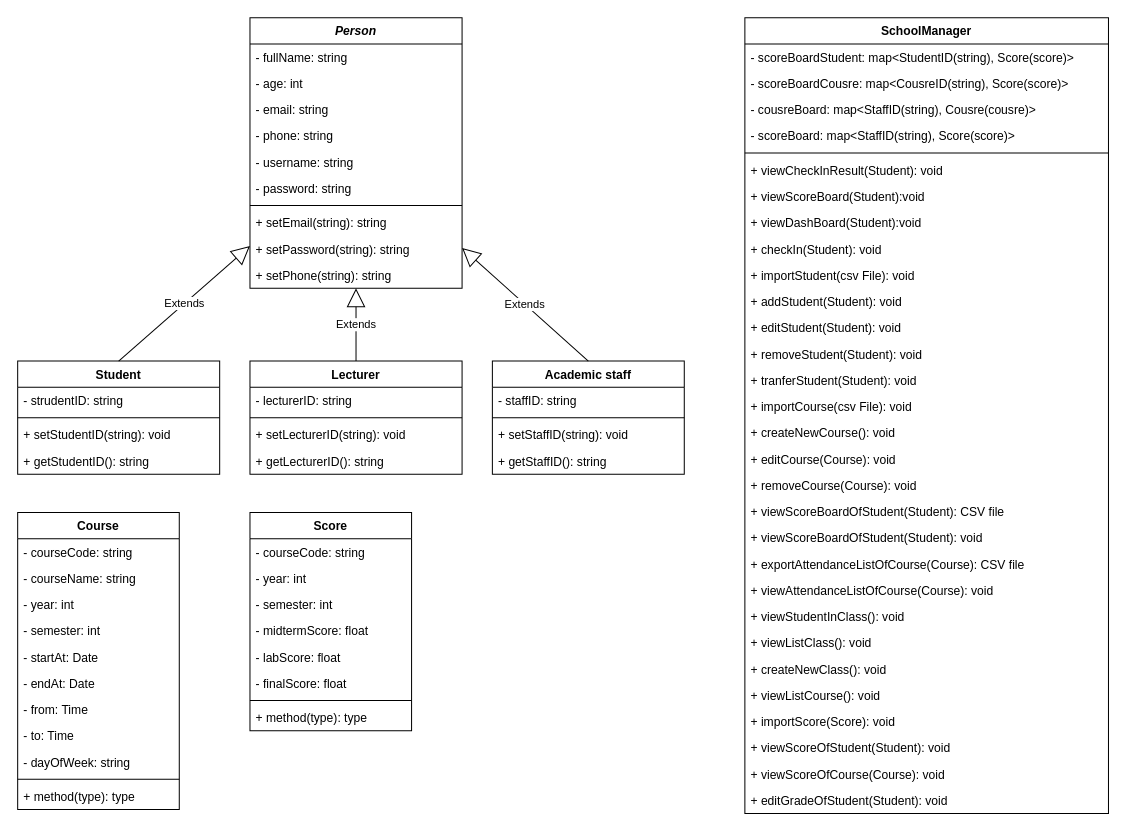
The draw.io diagram Design/Design.drawio in TrungNgoVan/Project_SMSystem, before the edit. Source tidied: cells renumbered, new cells numbered last; positions are measured from the earlier drawing's top-left corner, leaving out a move shared by most shapes. Both pictures are drawn from the tidied source at 101%, with x=0, y=0 at pixel (17, 17).
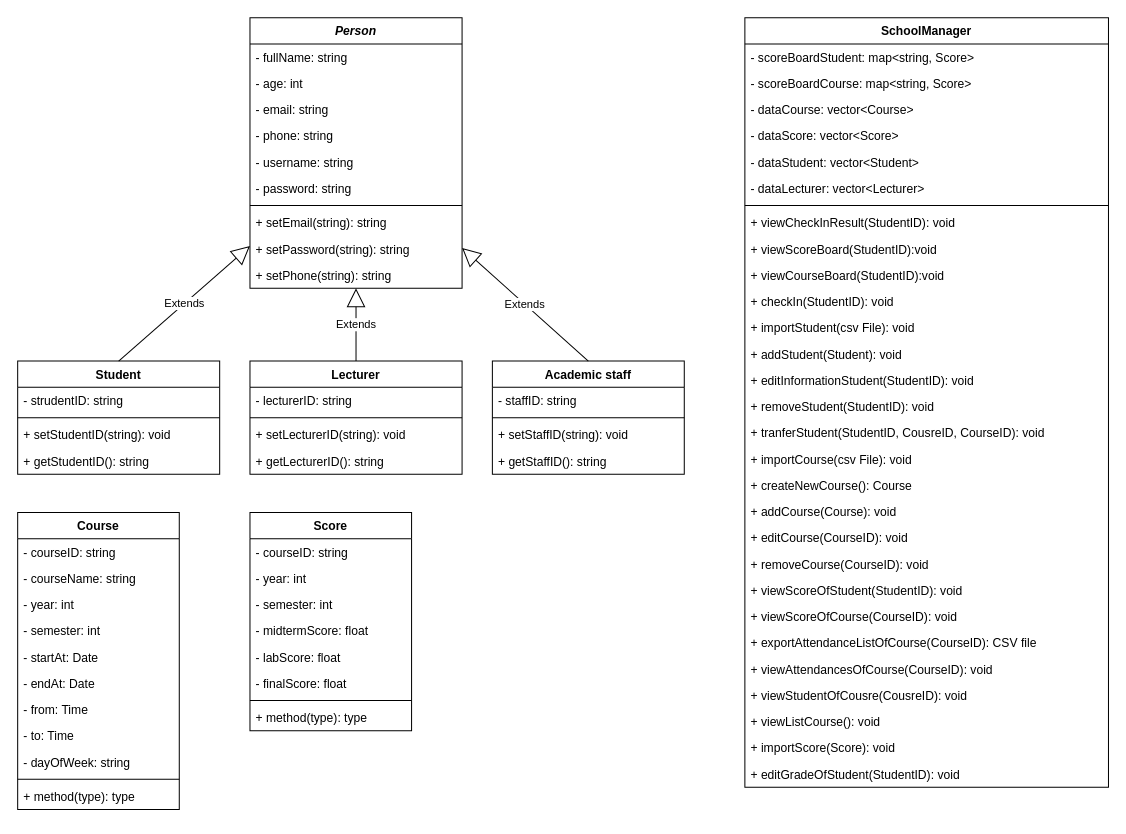
Above is the later version.

Unchanged cells that the change refers to:
```xml
<mxCell id="31" value="Score" style="swimlane;fontStyle=1;align=center;verticalAlign=top;horizontal=1;startSize=26;" parent="1" vertex="1">
  <mxGeometry x="230" y="490" width="160" height="216" as="geometry" />
</mxCell>
<mxCell id="40" value="Course" style="swimlane;fontStyle=1;align=center;verticalAlign=top;horizontal=1;startSize=26;" parent="1" vertex="1">
  <mxGeometry y="490" width="160" height="294" as="geometry" />
</mxCell>
```

Diff of the diagram source:
```diff
@@
-    <mxCell id="32" value="- courseCode: string" style="text;strokeColor=none;fillColor=none;align=left;verticalAlign=top;spacingLeft=4;spacingRight=4;overflow=hidden;" parent="31" vertex="1">
+    <mxCell id="32" value="- courseID: string" style="text;strokeColor=none;fillColor=none;align=left;verticalAlign=top;spacingLeft=4;spacingRight=4;overflow=hidden;" parent="31" vertex="1">
       <mxGeometry y="26" width="160" height="26" as="geometry" />
     </mxCell>
@@
-    <mxCell id="41" value="- courseCode: string" style="text;strokeColor=none;fillColor=none;align=left;verticalAlign=top;spacingLeft=4;spacingRight=4;overflow=hidden;" parent="40" vertex="1">
+    <mxCell id="41" value="- courseID: string" style="text;strokeColor=none;fillColor=none;align=left;verticalAlign=top;spacingLeft=4;spacingRight=4;overflow=hidden;" parent="40" vertex="1">
       <mxGeometry y="26" width="160" height="26" as="geometry" />
     </mxCell>
@@
     <mxCell id="52" value="SchoolManager" style="swimlane;fontStyle=1;align=center;verticalAlign=top;horizontal=1;startSize=26;" parent="1" vertex="1">
-      <mxGeometry x="720" width="360" height="788" as="geometry" />
+      <mxGeometry x="720" width="360" height="762" as="geometry" />
     </mxCell>
-    <mxCell id="53" value="- scoreBoardStudent: map&lt;StudentID(string), Score(score)&gt;" style="text;strokeColor=none;fillColor=none;align=left;verticalAlign=top;spacingLeft=4;spacingRight=4;overflow=hidden;" parent="52" vertex="1">
+    <mxCell id="53" value="- scoreBoardStudent: map&lt;string, Score&gt;" style="text;strokeColor=none;fillColor=none;align=left;verticalAlign=top;spacingLeft=4;spacingRight=4;overflow=hidden;" parent="52" vertex="1">
       <mxGeometry y="26" width="360" height="26" as="geometry" />
     </mxCell>
-    <mxCell id="54" value="- scoreBoardCousre: map&lt;CousreID(string), Score(score)&gt;" style="text;strokeColor=none;fillColor=none;align=left;verticalAlign=top;spacingLeft=4;spacingRight=4;overflow=hidden;" parent="52" vertex="1">
+    <mxCell id="54" value="- scoreBoardCourse: map&lt;string, Score&gt;" style="text;strokeColor=none;fillColor=none;align=left;verticalAlign=top;spacingLeft=4;spacingRight=4;overflow=hidden;" parent="52" vertex="1">
       <mxGeometry y="52" width="360" height="26" as="geometry" />
     </mxCell>
-    <mxCell id="55" value="- cousreBoard: map&lt;StaffID(string), Cousre(cousre)&gt;" style="text;strokeColor=none;fillColor=none;align=left;verticalAlign=top;spacingLeft=4;spacingRight=4;overflow=hidden;" parent="52" vertex="1">
+    <mxCell id="55" value="- dataCourse: vector&lt;Course&gt;" style="text;strokeColor=none;fillColor=none;align=left;verticalAlign=top;spacingLeft=4;spacingRight=4;overflow=hidden;" parent="52" vertex="1">
       <mxGeometry y="78" width="360" height="26" as="geometry" />
     </mxCell>
-    <mxCell id="56" value="- scoreBoard: map&lt;StaffID(string), Score(score)&gt;" style="text;strokeColor=none;fillColor=none;align=left;verticalAlign=top;spacingLeft=4;spacingRight=4;overflow=hidden;" parent="52" vertex="1">
-      <mxGeometry y="104" width="360" height="26" as="geometry" />
-    </mxCell>
+    <mxCell id="83" value="- dataScore: vector&lt;Score&gt;" style="text;strokeColor=none;fillColor=none;align=left;verticalAlign=top;spacingLeft=4;spacingRight=4;overflow=hidden;" parent="52" vertex="1">
+      <mxGeometry y="104" width="360" height="26" as="geometry" />
+    </mxCell>
+    <mxCell id="84" value="- dataStudent: vector&lt;Student&gt;" style="text;strokeColor=none;fillColor=none;align=left;verticalAlign=top;spacingLeft=4;spacingRight=4;overflow=hidden;" parent="52" vertex="1">
+      <mxGeometry y="130" width="360" height="26" as="geometry" />
+    </mxCell>
+    <mxCell id="85" value="- dataLecturer: vector&lt;Lecturer&gt;" style="text;strokeColor=none;fillColor=none;align=left;verticalAlign=top;spacingLeft=4;spacingRight=4;overflow=hidden;" parent="52" vertex="1">
+      <mxGeometry y="156" width="360" height="26" as="geometry" />
+    </mxCell>
     <mxCell id="57" style="line;strokeWidth=1;fillColor=none;align=left;verticalAlign=middle;spacingTop=-1;spacingLeft=3;spacingRight=3;labelPosition=right;strokeColor=inherit;" parent="52" vertex="1">
-      <mxGeometry y="130" width="360" height="8" as="geometry" />
+      <mxGeometry y="182" width="360" height="8" as="geometry" />
     </mxCell>
-    <mxCell id="58" value="+ viewCheckInResult(Student): void" style="text;strokeColor=none;fillColor=none;align=left;verticalAlign=top;spacingLeft=4;spacingRight=4;overflow=hidden;" parent="52" vertex="1">
-      <mxGeometry y="138" width="360" height="26" as="geometry" />
+    <mxCell id="58" value="+ viewCheckInResult(StudentID): void" style="text;strokeColor=none;fillColor=none;align=left;verticalAlign=top;spacingLeft=4;spacingRight=4;overflow=hidden;" parent="52" vertex="1">
+      <mxGeometry y="190" width="360" height="26" as="geometry" />
     </mxCell>
-    <mxCell id="59" value="+ viewScoreBoard(Student):void" style="text;strokeColor=none;fillColor=none;align=left;verticalAlign=top;spacingLeft=4;spacingRight=4;overflow=hidden;" parent="52" vertex="1">
-      <mxGeometry y="164" width="360" height="26" as="geometry" />
+    <mxCell id="59" value="+ viewScoreBoard(StudentID):void" style="text;strokeColor=none;fillColor=none;align=left;verticalAlign=top;spacingLeft=4;spacingRight=4;overflow=hidden;" parent="52" vertex="1">
+      <mxGeometry y="216" width="360" height="26" as="geometry" />
     </mxCell>
-    <mxCell id="60" value="+ viewDashBoard(Student):void" style="text;strokeColor=none;fillColor=none;align=left;verticalAlign=top;spacingLeft=4;spacingRight=4;overflow=hidden;" parent="52" vertex="1">
-      <mxGeometry y="190" width="360" height="26" as="geometry" />
+    <mxCell id="60" value="+ viewCourseBoard(StudentID):void" style="text;strokeColor=none;fillColor=none;align=left;verticalAlign=top;spacingLeft=4;spacingRight=4;overflow=hidden;" parent="52" vertex="1">
+      <mxGeometry y="242" width="360" height="26" as="geometry" />
     </mxCell>
-    <mxCell id="61" value="+ checkIn(Student): void" style="text;strokeColor=none;fillColor=none;align=left;verticalAlign=top;spacingLeft=4;spacingRight=4;overflow=hidden;" parent="52" vertex="1">
-      <mxGeometry y="216" width="360" height="26" as="geometry" />
+    <mxCell id="61" value="+ checkIn(StudentID): void" style="text;strokeColor=none;fillColor=none;align=left;verticalAlign=top;spacingLeft=4;spacingRight=4;overflow=hidden;" parent="52" vertex="1">
+      <mxGeometry y="268" width="360" height="26" as="geometry" />
     </mxCell>
     <mxCell id="62" value="+ importStudent(csv File): void&#10;" style="text;strokeColor=none;fillColor=none;align=left;verticalAlign=top;spacingLeft=4;spacingRight=4;overflow=hidden;" parent="52" vertex="1">
-      <mxGeometry y="242" width="360" height="26" as="geometry" />
+      <mxGeometry y="294" width="360" height="26" as="geometry" />
     </mxCell>
     <mxCell id="63" value="+ addStudent(Student): void" style="text;strokeColor=none;fillColor=none;align=left;verticalAlign=top;spacingLeft=4;spacingRight=4;overflow=hidden;" parent="52" vertex="1">
-      <mxGeometry y="268" width="360" height="26" as="geometry" />
+      <mxGeometry y="320" width="360" height="26" as="geometry" />
     </mxCell>
-    <mxCell id="64" value="+ editStudent(Student): void" style="text;strokeColor=none;fillColor=none;align=left;verticalAlign=top;spacingLeft=4;spacingRight=4;overflow=hidden;" parent="52" vertex="1">
-      <mxGeometry y="294" width="360" height="26" as="geometry" />
+    <mxCell id="64" value="+ editInformationStudent(StudentID): void" style="text;strokeColor=none;fillColor=none;align=left;verticalAlign=top;spacingLeft=4;spacingRight=4;overflow=hidden;" parent="52" vertex="1">
+      <mxGeometry y="346" width="360" height="26" as="geometry" />
     </mxCell>
-    <mxCell id="65" value="+ removeStudent(Student): void" style="text;strokeColor=none;fillColor=none;align=left;verticalAlign=top;spacingLeft=4;spacingRight=4;overflow=hidden;" parent="52" vertex="1">
-      <mxGeometry y="320" width="360" height="26" as="geometry" />
+    <mxCell id="65" value="+ removeStudent(StudentID): void" style="text;strokeColor=none;fillColor=none;align=left;verticalAlign=top;spacingLeft=4;spacingRight=4;overflow=hidden;" parent="52" vertex="1">
+      <mxGeometry y="372" width="360" height="26" as="geometry" />
     </mxCell>
-    <mxCell id="66" value="+ tranferStudent(Student): void" style="text;strokeColor=none;fillColor=none;align=left;verticalAlign=top;spacingLeft=4;spacingRight=4;overflow=hidden;" parent="52" vertex="1">
-      <mxGeometry y="346" width="360" height="26" as="geometry" />
+    <mxCell id="66" value="+ tranferStudent(StudentID, CousreID, CourseID): void" style="text;strokeColor=none;fillColor=none;align=left;verticalAlign=top;spacingLeft=4;spacingRight=4;overflow=hidden;" parent="52" vertex="1">
+      <mxGeometry y="398" width="360" height="26" as="geometry" />
     </mxCell>
     <mxCell id="67" value="+ importCourse(csv File): void&#10;" style="text;strokeColor=none;fillColor=none;align=left;verticalAlign=top;spacingLeft=4;spacingRight=4;overflow=hidden;" parent="52" vertex="1">
-      <mxGeometry y="372" width="360" height="26" as="geometry" />
+      <mxGeometry y="424" width="360" height="26" as="geometry" />
     </mxCell>
-    <mxCell id="68" value="+ createNewCourse(): void" style="text;strokeColor=none;fillColor=none;align=left;verticalAlign=top;spacingLeft=4;spacingRight=4;overflow=hidden;" parent="52" vertex="1">
-      <mxGeometry y="398" width="360" height="26" as="geometry" />
+    <mxCell id="68" value="+ createNewCourse(): Course" style="text;strokeColor=none;fillColor=none;align=left;verticalAlign=top;spacingLeft=4;spacingRight=4;overflow=hidden;" parent="52" vertex="1">
+      <mxGeometry y="450" width="360" height="26" as="geometry" />
     </mxCell>
+    <mxCell id="86" value="+ addCourse(Course): void" style="text;strokeColor=none;fillColor=none;align=left;verticalAlign=top;spacingLeft=4;spacingRight=4;overflow=hidden;" parent="52" vertex="1">
+      <mxGeometry y="476" width="360" height="26" as="geometry" />
+    </mxCell>
-    <mxCell id="69" value="+ editCourse(Course): void" style="text;strokeColor=none;fillColor=none;align=left;verticalAlign=top;spacingLeft=4;spacingRight=4;overflow=hidden;" parent="52" vertex="1">
-      <mxGeometry y="424" width="360" height="26" as="geometry" />
+    <mxCell id="69" value="+ editCourse(CourseID): void" style="text;strokeColor=none;fillColor=none;align=left;verticalAlign=top;spacingLeft=4;spacingRight=4;overflow=hidden;" parent="52" vertex="1">
+      <mxGeometry y="502" width="360" height="26" as="geometry" />
     </mxCell>
-    <mxCell id="70" value="+ removeCourse(Course): void" style="text;strokeColor=none;fillColor=none;align=left;verticalAlign=top;spacingLeft=4;spacingRight=4;overflow=hidden;" parent="52" vertex="1">
-      <mxGeometry y="450" width="360" height="26" as="geometry" />
+    <mxCell id="70" value="+ removeCourse(CourseID): void" style="text;strokeColor=none;fillColor=none;align=left;verticalAlign=top;spacingLeft=4;spacingRight=4;overflow=hidden;" parent="52" vertex="1">
+      <mxGeometry y="528" width="360" height="26" as="geometry" />
     </mxCell>
-    <mxCell id="71" value="+ viewScoreBoardOfStudent(Student): CSV file" style="text;strokeColor=none;fillColor=none;align=left;verticalAlign=top;spacingLeft=4;spacingRight=4;overflow=hidden;" parent="52" vertex="1">
-      <mxGeometry y="476" width="360" height="26" as="geometry" />
+    <mxCell id="71" value="+ viewScoreOfStudent(StudentID): void" style="text;strokeColor=none;fillColor=none;align=left;verticalAlign=top;spacingLeft=4;spacingRight=4;overflow=hidden;" parent="52" vertex="1">
+      <mxGeometry y="554" width="360" height="26" as="geometry" />
     </mxCell>
-    <mxCell id="72" value="+ viewScoreBoardOfStudent(Student): void" style="text;strokeColor=none;fillColor=none;align=left;verticalAlign=top;spacingLeft=4;spacingRight=4;overflow=hidden;" parent="52" vertex="1">
-      <mxGeometry y="502" width="360" height="26" as="geometry" />
+    <mxCell id="72" value="+ viewScoreOfCourse(CourseID): void" style="text;strokeColor=none;fillColor=none;align=left;verticalAlign=top;spacingLeft=4;spacingRight=4;overflow=hidden;" parent="52" vertex="1">
+      <mxGeometry y="580" width="360" height="26" as="geometry" />
     </mxCell>
-    <mxCell id="73" value="+ exportAttendanceListOfCourse(Course): CSV file" style="text;strokeColor=none;fillColor=none;align=left;verticalAlign=top;spacingLeft=4;spacingRight=4;overflow=hidden;" parent="52" vertex="1">
-      <mxGeometry y="528" width="360" height="26" as="geometry" />
+    <mxCell id="73" value="+ exportAttendanceListOfCourse(CourseID): CSV file" style="text;strokeColor=none;fillColor=none;align=left;verticalAlign=top;spacingLeft=4;spacingRight=4;overflow=hidden;" parent="52" vertex="1">
+      <mxGeometry y="606" width="360" height="26" as="geometry" />
     </mxCell>
-    <mxCell id="74" value="+ viewAttendanceListOfCourse(Course): void" style="text;strokeColor=none;fillColor=none;align=left;verticalAlign=top;spacingLeft=4;spacingRight=4;overflow=hidden;" parent="52" vertex="1">
-      <mxGeometry y="554" width="360" height="26" as="geometry" />
+    <mxCell id="74" value="+ viewAttendancesOfCourse(CourseID): void" style="text;strokeColor=none;fillColor=none;align=left;verticalAlign=top;spacingLeft=4;spacingRight=4;overflow=hidden;" parent="52" vertex="1">
+      <mxGeometry y="632" width="360" height="26" as="geometry" />
     </mxCell>
-    <mxCell id="75" value="+ viewStudentInClass(): void" style="text;strokeColor=none;fillColor=none;align=left;verticalAlign=top;spacingLeft=4;spacingRight=4;overflow=hidden;" parent="52" vertex="1">
-      <mxGeometry y="580" width="360" height="26" as="geometry" />
+    <mxCell id="75" value="+ viewStudentOfCousre(CousreID): void" style="text;strokeColor=none;fillColor=none;align=left;verticalAlign=top;spacingLeft=4;spacingRight=4;overflow=hidden;" parent="52" vertex="1">
+      <mxGeometry y="658" width="360" height="26" as="geometry" />
     </mxCell>
-    <mxCell id="76" value="+ viewListClass(): void" style="text;strokeColor=none;fillColor=none;align=left;verticalAlign=top;spacingLeft=4;spacingRight=4;overflow=hidden;" parent="52" vertex="1">
-      <mxGeometry y="606" width="360" height="26" as="geometry" />
-    </mxCell>
-    <mxCell id="77" value="+ createNewClass(): void" style="text;strokeColor=none;fillColor=none;align=left;verticalAlign=top;spacingLeft=4;spacingRight=4;overflow=hidden;" parent="52" vertex="1">
-      <mxGeometry y="632" width="360" height="26" as="geometry" />
-    </mxCell>
     <mxCell id="78" value="+ viewListCourse(): void" style="text;strokeColor=none;fillColor=none;align=left;verticalAlign=top;spacingLeft=4;spacingRight=4;overflow=hidden;" parent="52" vertex="1">
-      <mxGeometry y="658" width="360" height="26" as="geometry" />
+      <mxGeometry y="684" width="360" height="26" as="geometry" />
     </mxCell>
     <mxCell id="79" value="+ importScore(Score): void&#10;" style="text;strokeColor=none;fillColor=none;align=left;verticalAlign=top;spacingLeft=4;spacingRight=4;overflow=hidden;" parent="52" vertex="1">
-      <mxGeometry y="684" width="360" height="26" as="geometry" />
+      <mxGeometry y="710" width="360" height="26" as="geometry" />
     </mxCell>
-    <mxCell id="80" value="+ viewScoreOfStudent(Student): void" style="text;strokeColor=none;fillColor=none;align=left;verticalAlign=top;spacingLeft=4;spacingRight=4;overflow=hidden;" parent="52" vertex="1">
-      <mxGeometry y="710" width="360" height="26" as="geometry" />
-    </mxCell>
-    <mxCell id="81" value="+ viewScoreOfCourse(Course): void" style="text;strokeColor=none;fillColor=none;align=left;verticalAlign=top;spacingLeft=4;spacingRight=4;overflow=hidden;" parent="52" vertex="1">
-      <mxGeometry y="736" width="360" height="26" as="geometry" />
-    </mxCell>
-    <mxCell id="82" value="+ editGradeOfStudent(Student): void" style="text;strokeColor=none;fillColor=none;align=left;verticalAlign=top;spacingLeft=4;spacingRight=4;overflow=hidden;" parent="52" vertex="1">
-      <mxGeometry y="762" width="360" height="26" as="geometry" />
+    <mxCell id="82" value="+ editGradeOfStudent(StudentID): void" style="text;strokeColor=none;fillColor=none;align=left;verticalAlign=top;spacingLeft=4;spacingRight=4;overflow=hidden;" parent="52" vertex="1">
+      <mxGeometry y="736" width="360" height="26" as="geometry" />
     </mxCell>
```
